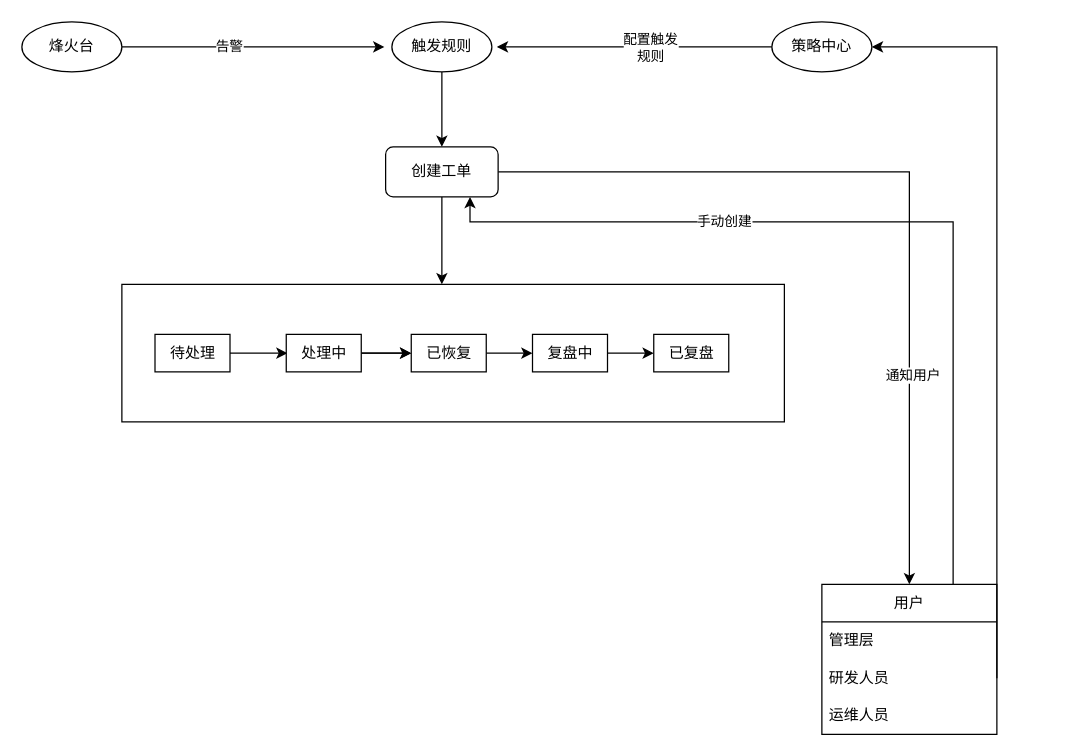
Earlier version of the draw.io diagram resources/运维事件中心3.drawio (buleice/-). Source tidied: cells renumbered, new cells numbered last; positions are measured from the earlier drawing's top-left corner, leaving out a move shared by most shapes. Both pictures are drawn from the tidied source at 125%, with x=0, y=0 at pixel (21, 21).
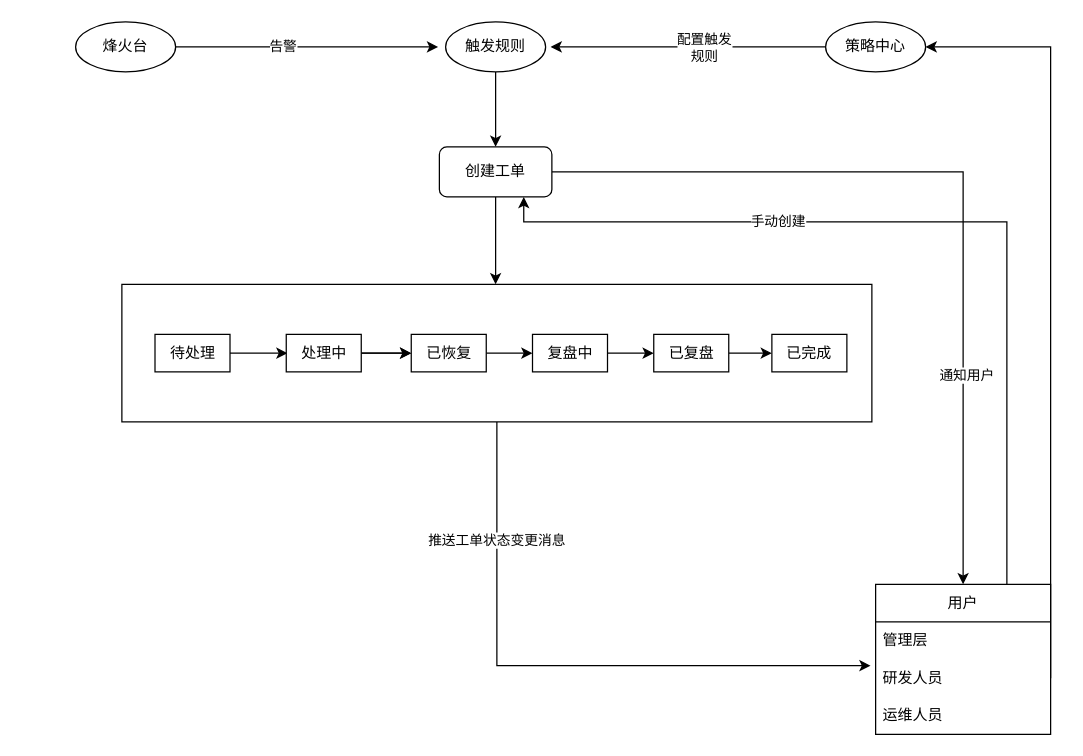
Above is the later version.

Commit message:
更新运维事件中心3.drawio

Unchanged cells that the change refers to:
```xml
<mxCell id="7" value="研发人员" style="text;strokeColor=none;fillColor=none;align=left;verticalAlign=middle;spacingLeft=4;spacingRight=4;overflow=hidden;points=[[0,0.5],[1,0.5]];portConstraint=eastwest;whiteSpace=wrap;html=1;" parent="5" vertex="1">
  <mxGeometry y="60" width="140" height="30" as="geometry" />
</mxCell>
<mxCell id="30" value="已复盘" style="rounded=0;whiteSpace=wrap;html=1;" parent="1" vertex="1">
  <mxGeometry x="505.5" y="250" width="60" height="30" as="geometry" />
</mxCell>
```

What changed in the source:
```diff
@@
+    <mxCell id="33" style="edgeStyle=orthogonalEdgeStyle;rounded=0;jettySize=auto;html=1;exitX=0.5;exitY=1;exitDx=0;exitDy=0;entryX=-0.029;entryY=0.167;entryDx=0;entryDy=0;entryPerimeter=0;" parent="1" edge="1" source="2" target="7">
+      <mxGeometry relative="1" as="geometry" />
+    </mxCell>
+    <mxCell id="34" value="推送工单状态变更消息" style="edgeLabel;html=1;align=center;verticalAlign=middle;" parent="33" vertex="1">
+      <mxGeometry x="-0.62" y="-1" relative="1" as="geometry" />
+    </mxCell>
     <mxCell id="2" style="rounded=0;whiteSpace=wrap;html=1;" parent="1" vertex="1">
-      <mxGeometry x="80" y="210" width="530" height="110" as="geometry" />
+      <mxGeometry x="80" y="210" width="600" height="110" as="geometry" />
     </mxCell>
     <mxCell id="3" style="edgeStyle=orthogonalEdgeStyle;rounded=0;jettySize=auto;html=1;exitX=0.75;exitY=0;exitDx=0;exitDy=0;entryX=0.75;entryY=1;entryDx=0;entryDy=0;" parent="1" edge="1" source="5" target="14">
       <mxGeometry relative="1" as="geometry">
         <Array as="points">
-          <mxPoint x="745" y="160" />
-          <mxPoint x="359" y="160" />
+          <mxPoint x="788" y="160" />
+          <mxPoint x="402" y="160" />
         </Array>
       </mxGeometry>
     </mxCell>
@@
     <mxCell id="5" value="用户" style="swimlane;fontStyle=0;horizontal=1;startSize=30;whiteSpace=wrap;html=1;" parent="1" vertex="1">
-      <mxGeometry x="640" y="450" width="140" height="120" as="geometry" />
+      <mxGeometry x="683" y="450" width="140" height="120" as="geometry" />
     </mxCell>
@@
     <mxCell id="10" value="触发规则" style="ellipse;whiteSpace=wrap;html=1;" parent="1" vertex="1">
-      <mxGeometry x="296" width="80" height="40" as="geometry" />
+      <mxGeometry x="339" width="80" height="40" as="geometry" />
     </mxCell>
@@
     <mxCell id="13" style="edgeStyle=none;rounded=0;jettySize=auto;html=1;exitX=0.5;exitY=1;exitDx=0;exitDy=0;" parent="1" edge="1" source="14">
       <mxGeometry relative="1" as="geometry">
-        <mxPoint x="336" y="210" as="targetPoint" />
+        <mxPoint x="379" y="210" as="targetPoint" />
       </mxGeometry>
     </mxCell>
     <mxCell id="14" value="创建工单" style="rounded=1;whiteSpace=wrap;html=1;" parent="1" vertex="1">
-      <mxGeometry x="291" y="100" width="90" height="40" as="geometry" />
+      <mxGeometry x="334" y="100" width="90" height="40" as="geometry" />
     </mxCell>
     <mxCell id="15" style="edgeStyle=orthogonalEdgeStyle;rounded=0;jettySize=auto;html=1;exitX=1;exitY=0.5;exitDx=0;exitDy=0;" parent="1" edge="1" source="17">
       <mxGeometry relative="1" as="geometry">
-        <mxPoint x="290" y="20" as="targetPoint" />
+        <mxPoint x="333" y="20" as="targetPoint" />
       </mxGeometry>
     </mxCell>
@@
     <mxCell id="17" value="烽火台" style="ellipse;whiteSpace=wrap;html=1;" parent="1" vertex="1">
-      <mxGeometry width="80" height="40" as="geometry" />
+      <mxGeometry x="43" width="80" height="40" as="geometry" />
     </mxCell>
     <mxCell id="18" style="edgeStyle=orthogonalEdgeStyle;rounded=0;jettySize=auto;html=1;exitX=0;exitY=0.5;exitDx=0;exitDy=0;" parent="1" edge="1" source="20">
       <mxGeometry relative="1" as="geometry">
-        <mxPoint x="380" y="20" as="targetPoint" />
+        <mxPoint x="423" y="20" as="targetPoint" />
       </mxGeometry>
     </mxCell>
@@
     <mxCell id="20" value="策略中心" style="ellipse;whiteSpace=wrap;html=1;" parent="1" vertex="1">
-      <mxGeometry x="600" width="80" height="40" as="geometry" />
+      <mxGeometry x="643" width="80" height="40" as="geometry" />
     </mxCell>
     <mxCell id="21" style="edgeStyle=orthogonalEdgeStyle;rounded=0;jettySize=auto;html=1;exitX=1;exitY=0.5;exitDx=0;exitDy=0;entryX=1;entryY=0.5;entryDx=0;entryDy=0;" parent="1" edge="1" source="7" target="20">
       <mxGeometry relative="1" as="geometry">
         <Array as="points">
-          <mxPoint x="780" y="415" />
-          <mxPoint x="780" y="20" />
+          <mxPoint x="823" y="415" />
+          <mxPoint x="823" y="20" />
         </Array>
       </mxGeometry>
     </mxCell>
@@
+    <mxCell id="35" style="edgeStyle=orthogonalEdgeStyle;rounded=0;jettySize=auto;html=1;exitX=1;exitY=0.5;exitDx=0;exitDy=0;" parent="1" edge="1" source="30" target="36">
+      <mxGeometry relative="1" as="geometry" />
+    </mxCell>
@@
+    <mxCell id="36" value="已完成" style="rounded=0;whiteSpace=wrap;html=1;" parent="1" vertex="1">
+      <mxGeometry x="600" y="250" width="60" height="30" as="geometry" />
+    </mxCell>
```
